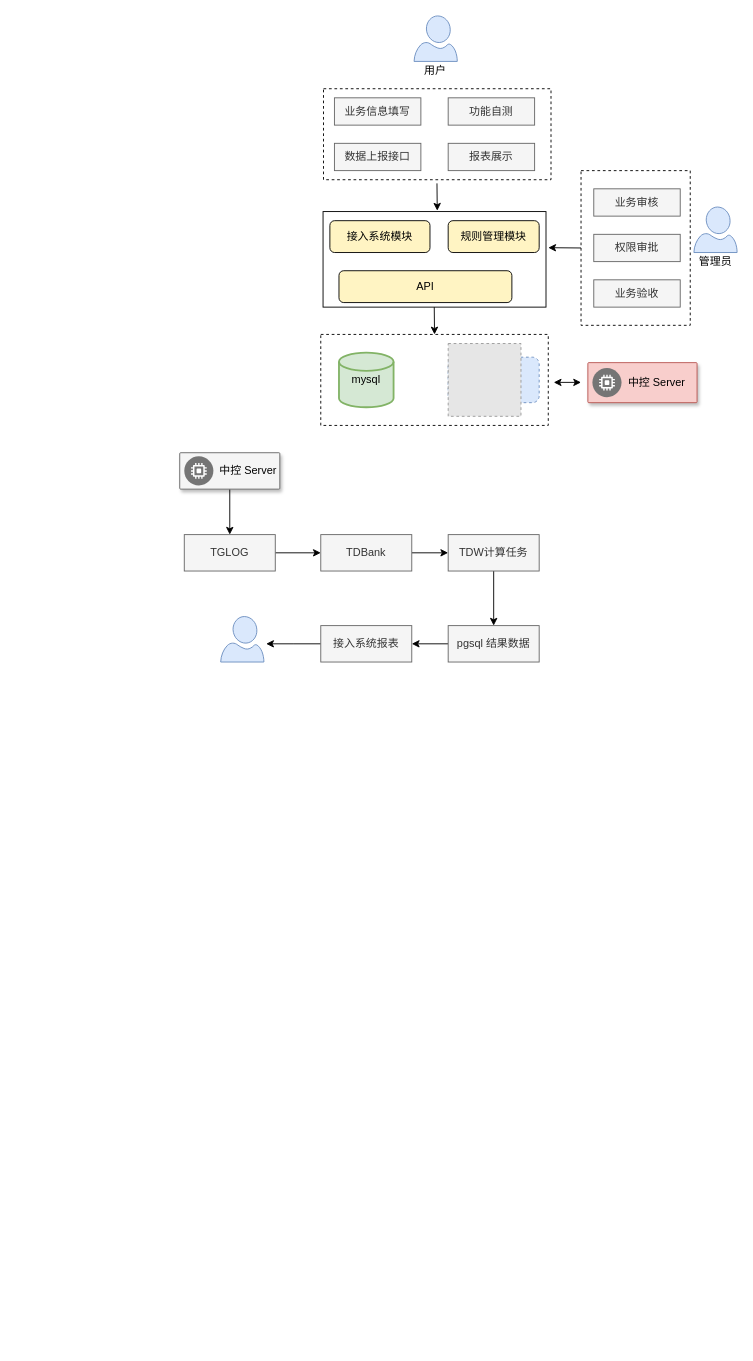
Above: hope.drawio in eragonhuang/house (draw.io), before the change. Source tidied: cells renumbered, new cells numbered last; positions are measured from the earlier drawing's top-left corner, leaving out a move shared by most shapes. Both pictures are drawn from the tidied source at 91%, with x=0, y=0 at pixel (179, 15). Pictures stored in the file or linked from it are replaced by grey dashed boxes.
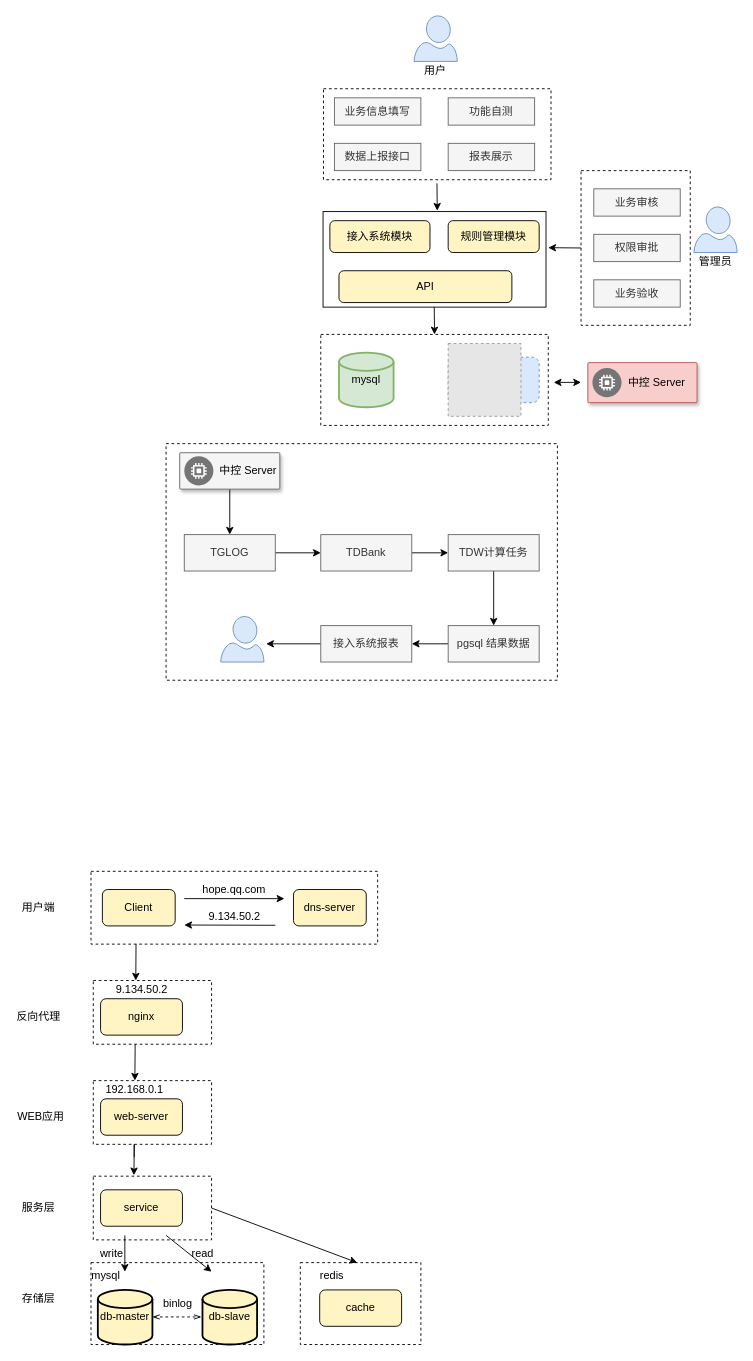
Above is the later version.

Change to the diagram source:
```diff
@@
+    <mxCell id="43" style="rounded=0;whiteSpace=wrap;html=1;dashed=1;" parent="1" vertex="1">
+      <mxGeometry x="132.5" y="1370" width="132.5" height="90" as="geometry" />
+    </mxCell>
+    <mxCell id="44" value="binlog" style="rounded=0;whiteSpace=wrap;html=1;dashed=1;" parent="1" vertex="1">
+      <mxGeometry x="-97.5" y="1370" width="190" height="90" as="geometry" />
+    </mxCell>
+    <mxCell id="45" style="rounded=0;whiteSpace=wrap;html=1;dashed=1;" parent="1" vertex="1">
+      <mxGeometry x="-95" y="1275" width="130" height="70" as="geometry" />
+    </mxCell>
+    <mxCell id="46" style="rounded=0;whiteSpace=wrap;html=1;dashed=1;" parent="1" vertex="1">
+      <mxGeometry x="-95" y="1170" width="130" height="70" as="geometry" />
+    </mxCell>
+    <mxCell id="47" style="edgeStyle=orthogonalEdgeStyle;rounded=0;orthogonalLoop=1;jettySize=auto;html=1;entryX=0.746;entryY=-0.08;entryDx=0;entryDy=0;entryPerimeter=0;" parent="1" edge="1">
+      <mxGeometry relative="1" as="geometry">
+        <mxPoint x="-49" y="1101.6" as="sourcePoint" />
+        <mxPoint x="-49.3" y="1170" as="targetPoint" />
+        <Array as="points">
+          <mxPoint x="-49" y="1136" />
+        </Array>
+      </mxGeometry>
+    </mxCell>
+    <mxCell id="48" style="rounded=0;whiteSpace=wrap;html=1;dashed=1;" parent="1" vertex="1">
+      <mxGeometry x="-95" y="1060" width="130" height="70" as="geometry" />
+    </mxCell>
+    <mxCell id="49" style="rounded=0;whiteSpace=wrap;html=1;dashed=1;" parent="1" vertex="1">
+      <mxGeometry x="-97.5" y="940" width="315" height="80" as="geometry" />
+    </mxCell>
+    <mxCell id="50" style="rounded=0;whiteSpace=wrap;html=1;dashed=1;" parent="1" vertex="1">
+      <mxGeometry x="-15" y="470" width="430" height="260" as="geometry" />
+    </mxCell>
@@
+    <mxCell id="51" value="Client" style="rounded=1;whiteSpace=wrap;html=1;fillColor=#FFF4C3;" parent="1" vertex="1">
+      <mxGeometry x="-85" y="960" width="80" height="40" as="geometry" />
+    </mxCell>
+    <mxCell id="52" value="dns-server" style="rounded=1;whiteSpace=wrap;html=1;fillColor=#FFF4C3;" parent="1" vertex="1">
+      <mxGeometry x="125" y="960" width="80" height="40" as="geometry" />
+    </mxCell>
+    <mxCell id="53" style="endArrow=classic;html=1;" parent="1" edge="1">
+      <mxGeometry relative="1" as="geometry">
+        <mxPoint x="5" y="970" as="sourcePoint" />
+        <mxPoint x="115" y="970" as="targetPoint" />
+      </mxGeometry>
+    </mxCell>
+    <mxCell id="54" value="hope.qq.com" style="text;html=1;strokeColor=none;fillColor=none;align=center;verticalAlign=middle;whiteSpace=wrap;rounded=0;" parent="1" vertex="1">
+      <mxGeometry x="25" y="950" width="70" height="20" as="geometry" />
+    </mxCell>
+    <mxCell id="55" style="endArrow=classic;html=1;" parent="1" edge="1">
+      <mxGeometry relative="1" as="geometry">
+        <mxPoint x="105" y="999.3" as="sourcePoint" />
+        <mxPoint x="5" y="999" as="targetPoint" />
+      </mxGeometry>
+    </mxCell>
+    <mxCell id="56" value="9.134.50.2" style="text;html=1;align=center;verticalAlign=middle;strokeColor=none;" parent="1" vertex="1">
+      <mxGeometry x="25" y="980" width="70" height="20" as="geometry" />
+    </mxCell>
+    <mxCell id="57" value="nginx" style="rounded=1;whiteSpace=wrap;html=1;fillColor=#FFF4C3;" parent="1" vertex="1">
+      <mxGeometry x="-87" y="1080" width="90" height="40" as="geometry" />
+    </mxCell>
+    <mxCell id="58" value="9.134.50.2" style="text;html=1;align=center;verticalAlign=middle;strokeColor=none;" parent="1" vertex="1">
+      <mxGeometry x="-77" y="1060" width="70" height="20" as="geometry" />
+    </mxCell>
+    <mxCell id="59" style="endArrow=classic;html=1;" parent="1" edge="1">
+      <mxGeometry relative="1" as="geometry">
+        <mxPoint x="-48" y="1020" as="sourcePoint" />
+        <mxPoint x="-48.3" y="1060" as="targetPoint" />
+      </mxGeometry>
+    </mxCell>
+    <mxCell id="60" value="web-server" style="rounded=1;whiteSpace=wrap;html=1;fillColor=#FFF4C3;" parent="1" vertex="1">
+      <mxGeometry x="-87" y="1190" width="90" height="40" as="geometry" />
+    </mxCell>
+    <mxCell id="61" value="192.168.0.1" style="text;html=1;align=center;verticalAlign=middle;strokeColor=none;" parent="1" vertex="1">
+      <mxGeometry x="-90" y="1170" width="80" height="20" as="geometry" />
+    </mxCell>
+    <mxCell id="62" value="service" style="rounded=1;whiteSpace=wrap;html=1;fillColor=#FFF4C3;" parent="1" vertex="1">
+      <mxGeometry x="-87" y="1290" width="90" height="40" as="geometry" />
+    </mxCell>
+    <mxCell id="63" value="db-master" style="strokeWidth=2;html=1;shape=mxgraph.flowchart.database;whiteSpace=wrap;fillColor=#FFF4C3;" parent="1" vertex="1">
+      <mxGeometry x="-90" y="1400" width="60" height="60" as="geometry" />
+    </mxCell>
+    <mxCell id="64" value="db-slave" style="strokeWidth=2;html=1;shape=mxgraph.flowchart.database;whiteSpace=wrap;fillColor=#FFF4C3;" parent="1" vertex="1">
+      <mxGeometry x="25" y="1400" width="60" height="60" as="geometry" />
+    </mxCell>
+    <mxCell id="65" value="cache" style="rounded=1;whiteSpace=wrap;html=1;fillColor=#FFF4C3;" parent="1" vertex="1">
+      <mxGeometry x="153.8" y="1400" width="90" height="40" as="geometry" />
+    </mxCell>
+    <mxCell id="66" value="用户端" style="text;html=1;strokeColor=none;fillColor=none;align=center;verticalAlign=middle;whiteSpace=wrap;rounded=0;" parent="1" vertex="1">
+      <mxGeometry x="-175" y="970" width="40" height="20" as="geometry" />
+    </mxCell>
+    <mxCell id="67" value="反向代理" style="text;html=1;strokeColor=none;fillColor=none;align=center;verticalAlign=middle;whiteSpace=wrap;rounded=0;" parent="1" vertex="1">
+      <mxGeometry x="-180" y="1090" width="50" height="20" as="geometry" />
+    </mxCell>
+    <mxCell id="68" value="WEB应用" style="text;html=1;strokeColor=none;fillColor=none;align=center;verticalAlign=middle;whiteSpace=wrap;rounded=0;" parent="1" vertex="1">
+      <mxGeometry x="-180" y="1200" width="55" height="20" as="geometry" />
+    </mxCell>
+    <mxCell id="69" value="服务层" style="text;html=1;strokeColor=none;fillColor=none;align=center;verticalAlign=middle;whiteSpace=wrap;rounded=0;" parent="1" vertex="1">
+      <mxGeometry x="-175" y="1300" width="40" height="20" as="geometry" />
+    </mxCell>
+    <mxCell id="70" value="存储层" style="text;html=1;strokeColor=none;fillColor=none;align=center;verticalAlign=middle;whiteSpace=wrap;rounded=0;" parent="1" vertex="1">
+      <mxGeometry x="-175" y="1400" width="40" height="20" as="geometry" />
+    </mxCell>
+    <mxCell id="71" style="endArrow=openThin;startArrow=openThin;html=1;dashed=1;endFill=0;startFill=0;" parent="1" edge="1">
+      <mxGeometry relative="1" as="geometry">
+        <mxPoint x="-30" y="1429.7" as="sourcePoint" />
+        <mxPoint x="23.8" y="1429.7" as="targetPoint" />
+      </mxGeometry>
+    </mxCell>
+    <mxCell id="72" value="redis" style="text;html=1;align=center;verticalAlign=middle;strokeColor=none;" parent="1" vertex="1">
+      <mxGeometry x="147" y="1375" width="40" height="20" as="geometry" />
+    </mxCell>
+    <mxCell id="73" style="edgeStyle=orthogonalEdgeStyle;rounded=0;orthogonalLoop=1;jettySize=auto;html=1;entryX=0.746;entryY=-0.08;entryDx=0;entryDy=0;entryPerimeter=0;" parent="1" edge="1">
+      <mxGeometry relative="1" as="geometry">
+        <mxPoint x="-50" y="1254" as="sourcePoint" />
+        <mxPoint x="-50.3" y="1274" as="targetPoint" />
+        <Array as="points">
+          <mxPoint x="-50" y="1240" />
+        </Array>
+      </mxGeometry>
+    </mxCell>
+    <mxCell id="74" style="endArrow=classic;html=1;exitX=1;exitY=0.5;exitDx=0;exitDy=0;" parent="1" edge="1" source="45">
+      <mxGeometry relative="1" as="geometry">
+        <mxPoint x="195" y="1370" as="targetPoint" />
+      </mxGeometry>
+    </mxCell>
+    <mxCell id="75" style="endArrow=classic;html=1;" parent="1" edge="1">
+      <mxGeometry relative="1" as="geometry">
+        <mxPoint x="-60.3" y="1340" as="sourcePoint" />
+        <mxPoint x="-60.3" y="1380" as="targetPoint" />
+      </mxGeometry>
+    </mxCell>
+    <mxCell id="76" style="endArrow=classic;html=1;" parent="1" edge="1">
+      <mxGeometry relative="1" as="geometry">
+        <mxPoint x="-15" y="1340" as="sourcePoint" />
+        <mxPoint x="35" y="1380" as="targetPoint" />
+      </mxGeometry>
+    </mxCell>
+    <mxCell id="77" value="write" style="text;html=1;align=center;verticalAlign=middle;strokeColor=none;" parent="1" vertex="1">
+      <mxGeometry x="-95" y="1350" width="40" height="20" as="geometry" />
+    </mxCell>
+    <mxCell id="78" value="read" style="text;html=1;align=center;verticalAlign=middle;strokeColor=none;" parent="1" vertex="1">
+      <mxGeometry x="5" y="1350" width="40" height="20" as="geometry" />
+    </mxCell>
+    <mxCell id="79" value="mysql" style="text;html=1;strokeColor=none;fillColor=none;align=center;verticalAlign=middle;whiteSpace=wrap;rounded=0;dashed=1;" parent="1" vertex="1">
+      <mxGeometry x="-101" y="1375" width="40" height="20" as="geometry" />
+    </mxCell>
```
